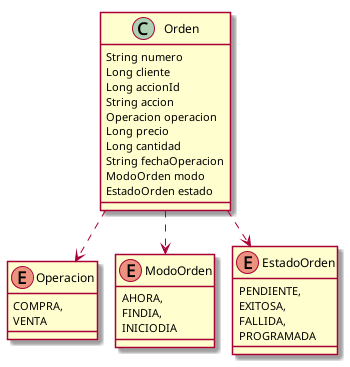
luismaSE/Prog2_final keeps this PlantUML diagram as ProcOrden.png. Above is the earlier version.
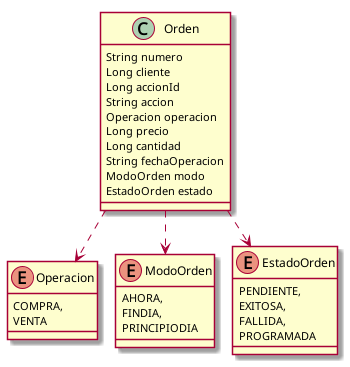
The same file after the commit.

The edit, as a diff of the source:
```diff
@@ -23,7 +23,7 @@
 	enum ModoOrden {
 		AHORA,
 		FINDIA,
-		INICIODIA
+		PRINCIPIODIA
 	}
 	enum EstadoOrden {
 		PENDIENTE,
```
